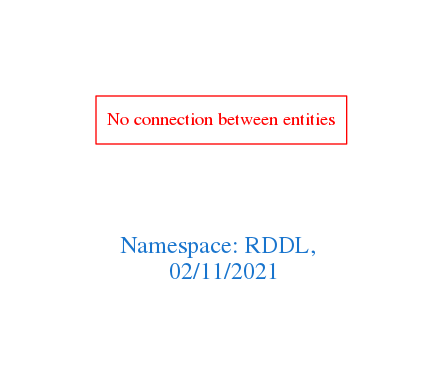
arago/OGIT keeps this Graphviz diagram as downloads/RDDL.png. Above is the earlier version. Its source is kept beside it as downloads/RDDL.dot.
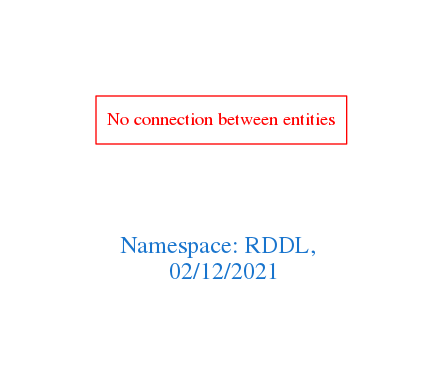
After the change.

The edit, as a diff of the source:
```diff
@@ -1,7 +1,7 @@
 digraph OGIT_ontology {
  graph [ rankdir= LR,pad=1
 fontsize = 18,
-fontcolor= dodgerblue3,label = "\n\n\nNamespace: RDDL, \n 02/11/2021"];
+fontcolor= dodgerblue3,label = "\n\n\nNamespace: RDDL, \n 02/12/2021"];
 node[shape=polygon];
 edge [  color="gray81"];
 
```
